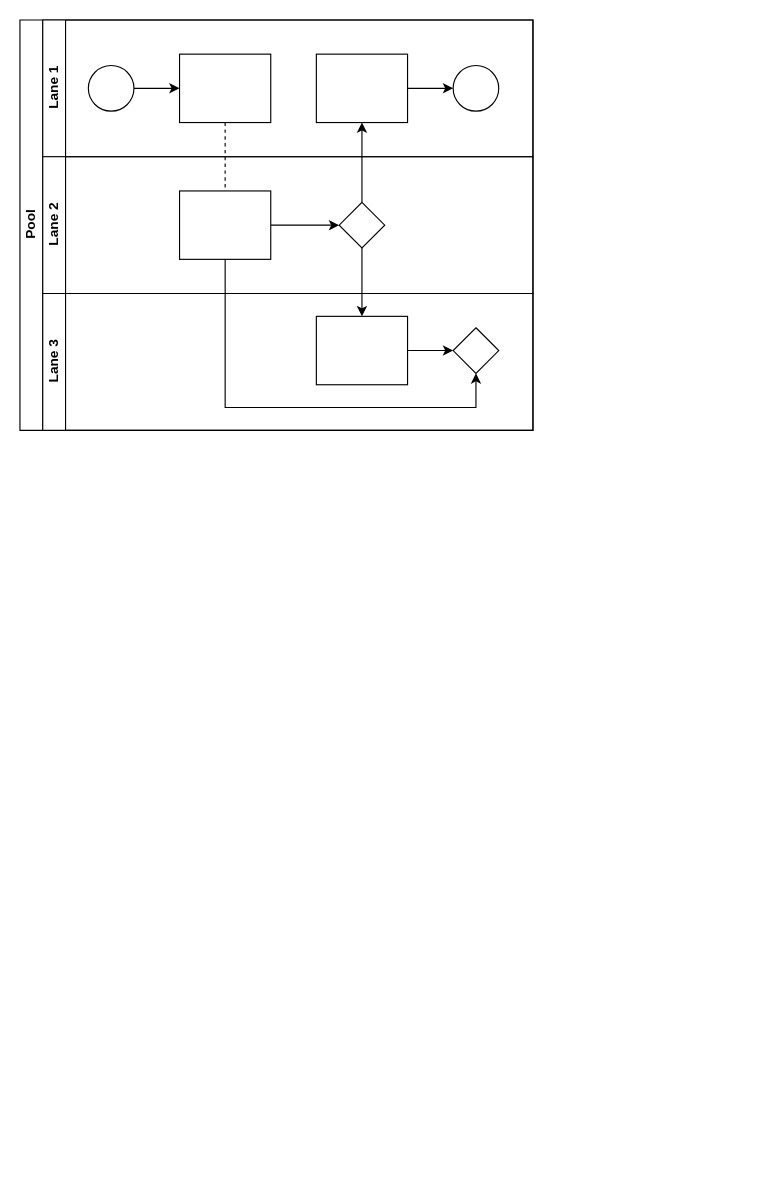
This is 未命名绘图.drawio from xltxlm/aaa, a draw.io file, before an edit. Source tidied: cells renumbered, new cells numbered last; positions are measured from the earlier drawing's top-left corner, leaving out a move shared by most shapes. Both pictures are drawn from the tidied source at 114%, with x=0, y=0 at pixel (19, 19).
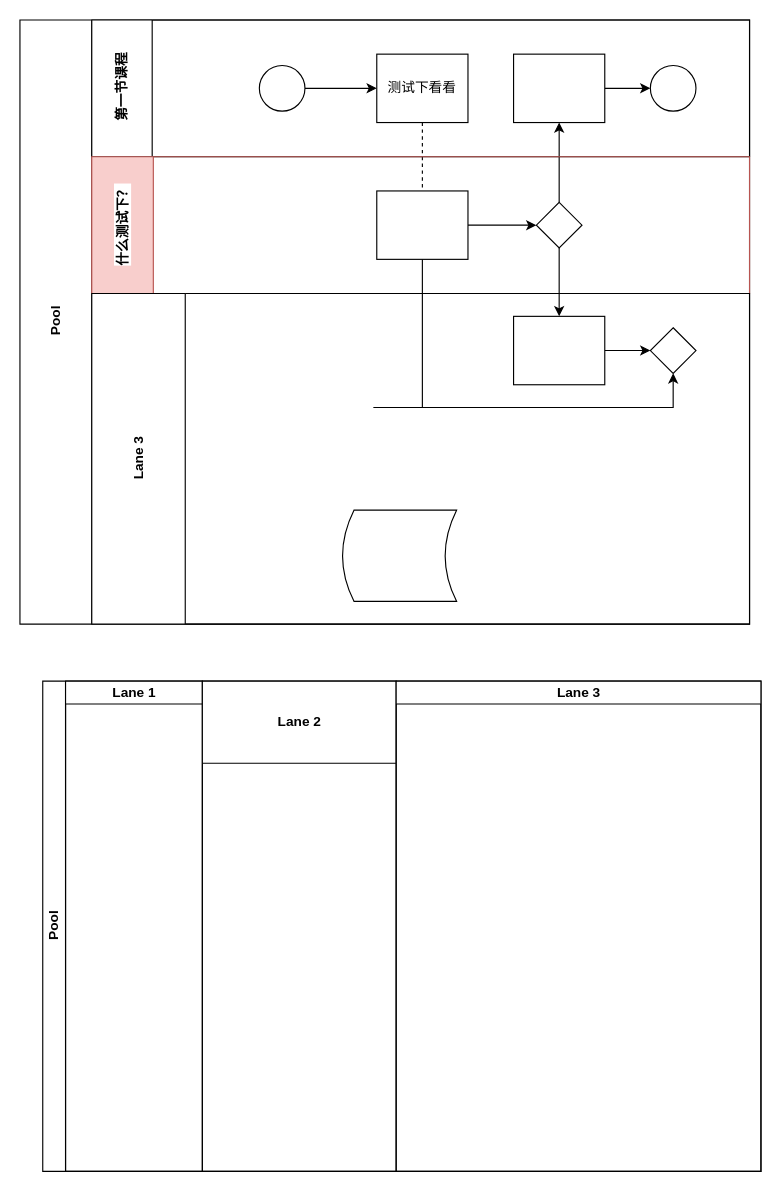
Above is the later version.

Commit message:
更新未命名绘图.drawio

Diff of the diagram source:
```diff
@@
-    <mxCell id="2" value="Pool" style="swimlane;html=1;horizontal=0;startSize=20;" parent="1" vertex="1">
-      <mxGeometry width="450" height="360" as="geometry" />
+    <mxCell id="2" value="Pool" style="swimlane;html=1;horizontal=0;startSize=63;" parent="1" vertex="1">
+      <mxGeometry width="640" height="530" as="geometry" />
     </mxCell>
-    <mxCell id="3" style="edgeStyle=orthogonalEdgeStyle;rounded=0;jettySize=auto;html=1;dashed=1;endArrow=none;endFill=0;" parent="2" edge="1" source="10" target="16">
-      <mxGeometry relative="1" as="geometry" />
-    </mxCell>
-    <mxCell id="4" style="edgeStyle=orthogonalEdgeStyle;rounded=0;jettySize=auto;html=1;endArrow=classic;endFill=1;" parent="2" edge="1" source="17" target="12">
-      <mxGeometry relative="1" as="geometry" />
-    </mxCell>
-    <mxCell id="5" style="edgeStyle=orthogonalEdgeStyle;rounded=0;jettySize=auto;html=1;endArrow=classic;endFill=1;" parent="2" edge="1" source="17" target="20">
-      <mxGeometry relative="1" as="geometry" />
-    </mxCell>
-    <mxCell id="6" style="edgeStyle=orthogonalEdgeStyle;rounded=0;jettySize=auto;html=1;endArrow=classic;endFill=1;" parent="2" edge="1" source="16" target="21">
-      <mxGeometry relative="1" as="geometry">
-        <Array as="points">
-          <mxPoint x="180" y="340" />
-          <mxPoint x="400" y="340" />
-        </Array>
-      </mxGeometry>
-    </mxCell>
-    <mxCell id="7" value="Lane 1" style="swimlane;html=1;startSize=20;horizontal=0;" parent="2" vertex="1">
-      <mxGeometry x="20" width="430" height="120" as="geometry" />
+    <mxCell id="7" value="第一节课程" style="swimlane;html=1;startSize=53;horizontal=0;" parent="2" vertex="1">
+      <mxGeometry x="63" width="577" height="120" as="geometry" />
     </mxCell>
@@
     <mxCell id="9" style="ellipse;whiteSpace=wrap;html=1;" parent="7" vertex="1">
-      <mxGeometry x="40" y="40" width="40" height="40" as="geometry" />
+      <mxGeometry x="147" y="40" width="40" height="40" as="geometry" />
     </mxCell>
-    <mxCell id="10" style="rounded=0;whiteSpace=wrap;html=1;fontFamily=Helvetica;fontSize=12;fontColor=#000000;align=center;" parent="7" vertex="1">
-      <mxGeometry x="120" y="30" width="80" height="60" as="geometry" />
+    <mxCell id="10" value="测试下看看" style="rounded=0;whiteSpace=wrap;html=1;fontFamily=Helvetica;fontSize=12;fontColor=#000000;align=center;" parent="7" vertex="1">
+      <mxGeometry x="250" y="30" width="80" height="60" as="geometry" />
     </mxCell>
@@
     <mxCell id="12" style="rounded=0;whiteSpace=wrap;html=1;fontFamily=Helvetica;fontSize=12;fontColor=#000000;align=center;" parent="7" vertex="1">
-      <mxGeometry x="240" y="30" width="80" height="60" as="geometry" />
+      <mxGeometry x="370" y="30" width="80" height="60" as="geometry" />
     </mxCell>
     <mxCell id="13" style="ellipse;whiteSpace=wrap;html=1;" parent="7" vertex="1">
-      <mxGeometry x="360" y="40" width="40" height="40" as="geometry" />
+      <mxGeometry x="490" y="40" width="40" height="40" as="geometry" />
     </mxCell>
+    <mxCell id="3" style="edgeStyle=orthogonalEdgeStyle;rounded=0;jettySize=auto;html=1;dashed=1;endArrow=none;endFill=0;" parent="2" edge="1" source="10" target="16">
+      <mxGeometry relative="1" as="geometry" />
+    </mxCell>
+    <mxCell id="4" style="edgeStyle=orthogonalEdgeStyle;rounded=0;jettySize=auto;html=1;endArrow=classic;endFill=1;" parent="2" edge="1" source="17" target="12">
+      <mxGeometry relative="1" as="geometry" />
+    </mxCell>
+    <mxCell id="5" style="edgeStyle=orthogonalEdgeStyle;rounded=0;jettySize=auto;html=1;endArrow=classic;endFill=1;" parent="2" edge="1" source="17" target="20">
+      <mxGeometry relative="1" as="geometry" />
+    </mxCell>
+    <mxCell id="6" style="edgeStyle=orthogonalEdgeStyle;rounded=0;jettySize=auto;html=1;endArrow=classic;endFill=1;" parent="2" edge="1" source="16" target="21">
+      <mxGeometry relative="1" as="geometry">
+        <Array as="points">
+          <mxPoint x="310" y="340" />
+          <mxPoint x="530" y="340" />
+        </Array>
+      </mxGeometry>
+    </mxCell>
-    <mxCell id="14" value="Lane 2" style="swimlane;html=1;startSize=20;horizontal=0;" parent="2" vertex="1">
-      <mxGeometry x="20" y="120" width="430" height="120" as="geometry" />
+    <mxCell id="14" value="什么测试下？" style="swimlane;html=1;startSize=54;horizontal=0;fillColor=#f8cecc;strokeColor=#b85450;labelBackgroundColor=#ffffff;whiteSpace=wrap;comic=0;" parent="2" vertex="1">
+      <mxGeometry x="63" y="120" width="577" height="120" as="geometry" />
     </mxCell>
@@
     <mxCell id="16" style="rounded=0;whiteSpace=wrap;html=1;fontFamily=Helvetica;fontSize=12;fontColor=#000000;align=center;" parent="14" vertex="1">
-      <mxGeometry x="120" y="30" width="80" height="60" as="geometry" />
+      <mxGeometry x="250" y="30" width="80" height="60" as="geometry" />
     </mxCell>
     <mxCell id="17" style="rhombus;whiteSpace=wrap;html=1;fontFamily=Helvetica;fontSize=12;fontColor=#000000;align=center;" parent="14" vertex="1">
-      <mxGeometry x="260" y="40" width="40" height="40" as="geometry" />
+      <mxGeometry x="390" y="40" width="40" height="40" as="geometry" />
     </mxCell>
-    <mxCell id="18" value="Lane 3" style="swimlane;html=1;startSize=20;horizontal=0;" parent="2" vertex="1">
-      <mxGeometry x="20" y="240" width="430" height="120" as="geometry" />
+    <mxCell id="18" value="Lane 3" style="swimlane;html=1;startSize=82;horizontal=0;" parent="2" vertex="1">
+      <mxGeometry x="63" y="240" width="577" height="290" as="geometry" />
     </mxCell>
+    <mxCell id="22" style="shape=dataStorage;whiteSpace=wrap;html=1;" parent="18" vertex="1">
+      <mxGeometry x="220" y="190" width="100" height="80" as="geometry" />
+    </mxCell>
@@
     <mxCell id="20" style="rounded=0;whiteSpace=wrap;html=1;fontFamily=Helvetica;fontSize=12;fontColor=#000000;align=center;" parent="18" vertex="1">
-      <mxGeometry x="240" y="20" width="80" height="60" as="geometry" />
+      <mxGeometry x="370" y="20" width="80" height="60" as="geometry" />
     </mxCell>
     <mxCell id="21" style="rhombus;whiteSpace=wrap;html=1;fontFamily=Helvetica;fontSize=12;fontColor=#000000;align=center;" parent="18" vertex="1">
-      <mxGeometry x="360" y="30" width="40" height="40" as="geometry" />
+      <mxGeometry x="490" y="30" width="40" height="40" as="geometry" />
     </mxCell>
+    <mxCell id="23" value="Pool" style="swimlane;html=1;startSize=20;horizontal=0;comic=0;labelBackgroundColor=#ffffff;gradientColor=none;" parent="1" vertex="1">
+      <mxGeometry x="20" y="580" width="630" height="430" as="geometry" />
+    </mxCell>
+    <mxCell id="24" value="Lane 1" style="swimlane;html=1;startSize=20;" parent="23" vertex="1">
+      <mxGeometry x="20" width="120" height="430" as="geometry" />
+    </mxCell>
+    <mxCell id="25" value="Lane 2" style="swimlane;html=1;startSize=72;" parent="23" vertex="1">
+      <mxGeometry x="140" width="170" height="430" as="geometry" />
+    </mxCell>
+    <mxCell id="26" value="Lane 3" style="swimlane;html=1;startSize=20;" parent="23" vertex="1">
+      <mxGeometry x="310" width="320" height="430" as="geometry" />
+    </mxCell>
```
